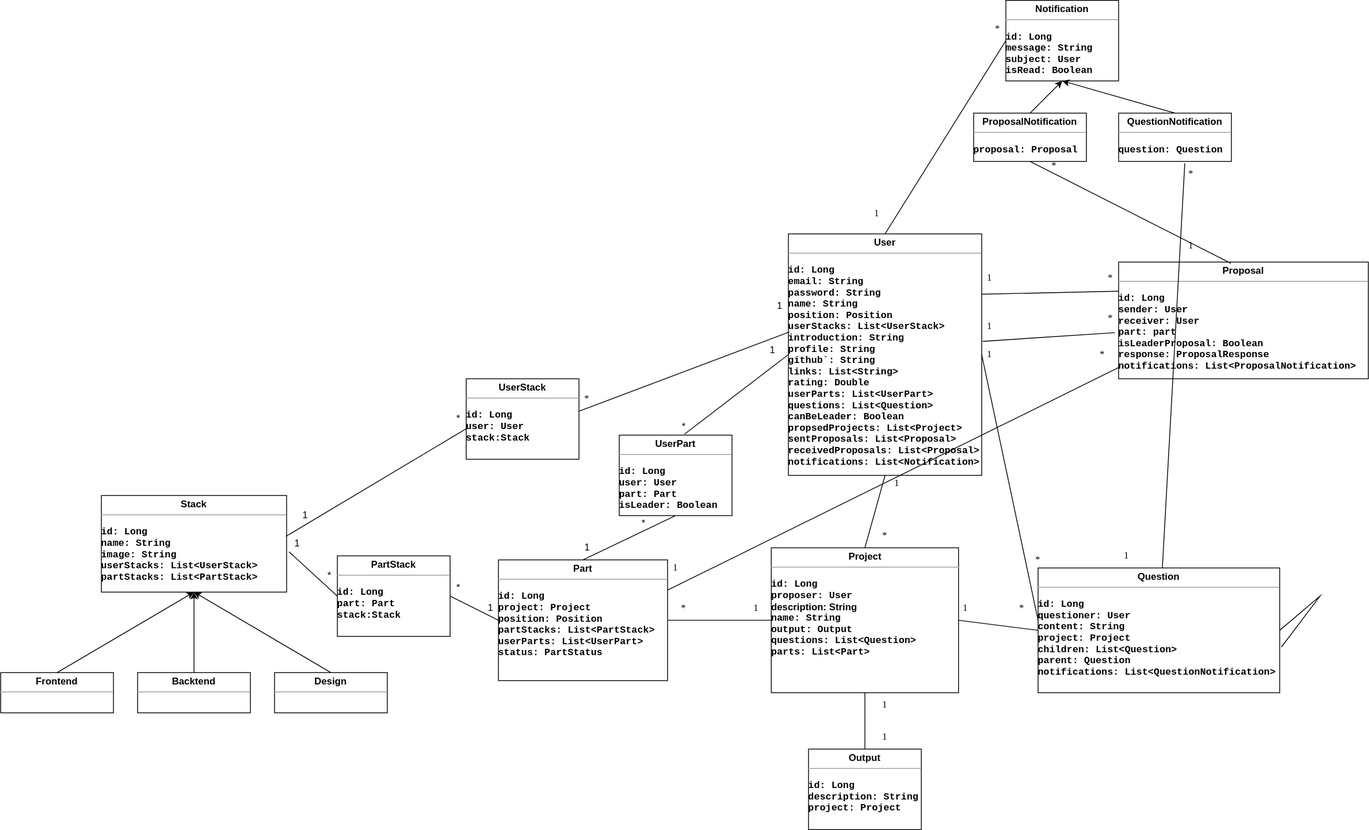
Earlier version of the draw.io export entity_diagram.drawio.svg (zelo0/cruit). Source tidied: cells renumbered, new cells last; positions are measured from the earlier drawing's top-left corner, leaving out a move shared by most shapes.
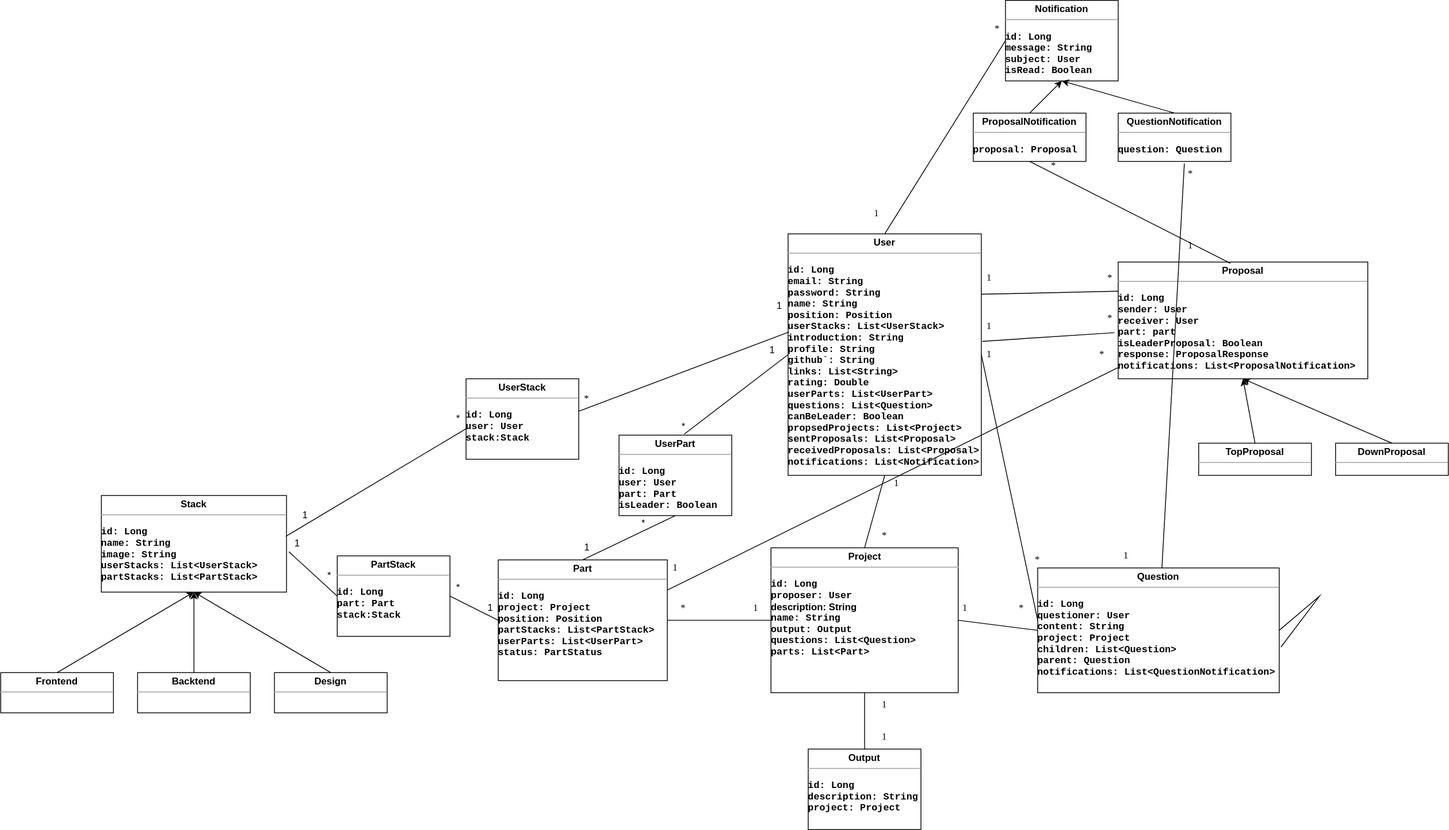
The same diagram one commit later.

Commit message:
proposal 두 가지 타입으로 변경

The edit, as a diff of the source:
```diff
@@ -234,5 +234,17 @@
     <mxCell id="75" value="&lt;span style=&quot;font-weight: normal&quot;&gt;1&lt;/span&gt;" style="text;html=1;strokeColor=none;fillColor=none;align=center;verticalAlign=middle;whiteSpace=wrap;rounded=0;labelBackgroundColor=none;labelBorderColor=none;sketch=0;fontFamily=Verdana;fontSize=12;fontStyle=1;" parent="1" vertex="1">
       <mxGeometry x="1368" y="675" width="60" height="30" as="geometry" />
     </mxCell>
+    <mxCell id="76" value="&lt;p style=&quot;margin: 0px ; margin-top: 4px ; text-align: center&quot;&gt;&lt;b&gt;TopProposal&lt;/b&gt;&lt;/p&gt;&lt;hr size=&quot;1&quot;&gt;&lt;p&gt;&lt;/p&gt;&lt;pre style=&quot;height: 2px ; line-height: 1.5&quot;&gt;&lt;br&gt;&lt;/pre&gt;&lt;p&gt;&lt;/p&gt;" style="verticalAlign=top;align=left;overflow=fill;fontSize=12;fontFamily=Helvetica;html=1;" parent="1" vertex="1">
+      <mxGeometry x="1488" y="550" width="140" height="40" as="geometry" />
+    </mxCell>
+    <mxCell id="77" style="endArrow=classic;html=1;rounded=0;exitX=0.5;exitY=0;exitDx=0;exitDy=0;entryX=0.5;entryY=1;entryDx=0;entryDy=0;" parent="1" edge="1" source="76" target="52">
+      <mxGeometry relative="1" as="geometry" />
+    </mxCell>
+    <mxCell id="78" value="&lt;p style=&quot;margin: 0px ; margin-top: 4px ; text-align: center&quot;&gt;&lt;b&gt;DownProposal&lt;/b&gt;&lt;/p&gt;&lt;hr size=&quot;1&quot;&gt;&lt;p&gt;&lt;/p&gt;&lt;pre style=&quot;height: 2px ; line-height: 1.5&quot;&gt;&lt;br&gt;&lt;/pre&gt;&lt;p&gt;&lt;/p&gt;" style="verticalAlign=top;align=left;overflow=fill;fontSize=12;fontFamily=Helvetica;html=1;" parent="1" vertex="1">
+      <mxGeometry x="1658" y="550" width="140" height="40" as="geometry" />
+    </mxCell>
+    <mxCell id="79" style="endArrow=classic;html=1;rounded=0;exitX=0.5;exitY=0;exitDx=0;exitDy=0;entryX=0.5;entryY=1;entryDx=0;entryDy=0;" parent="1" edge="1" source="78" target="52">
+      <mxGeometry relative="1" as="geometry" />
+    </mxCell>
   </root>
 </mxGraphModel>
```
